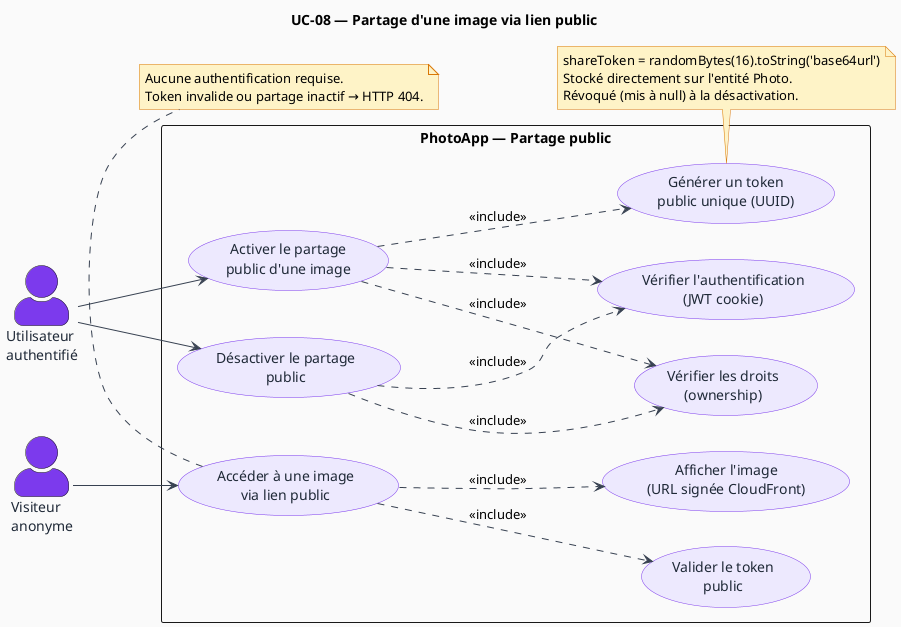
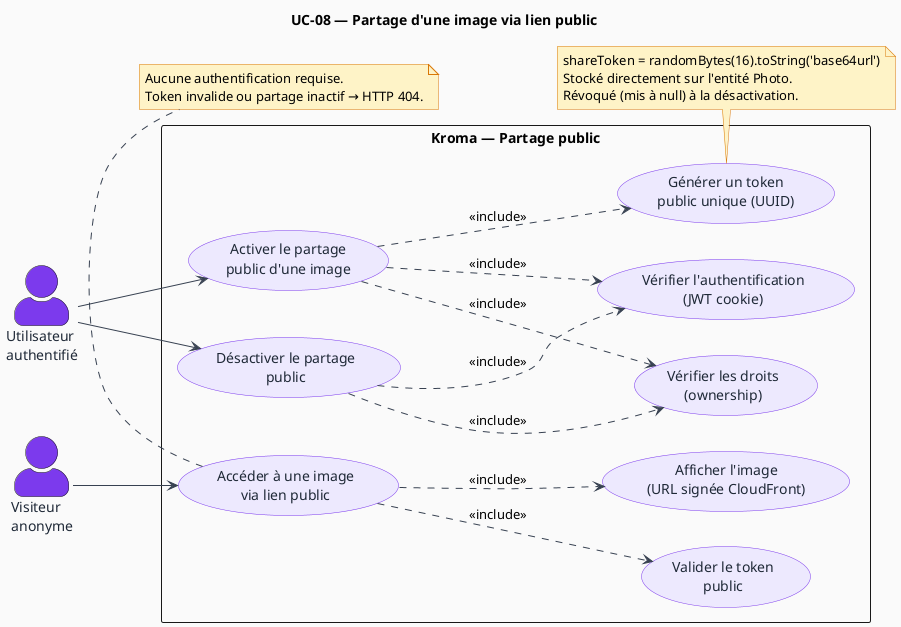
@startuml UC-08 — Partage d'une image via lien public

title UC-08 — Partage d'une image via lien public

left to right direction

skinparam actorStyle awesome
skinparam backgroundColor #FAFAFA
skinparam usecase {
  BackgroundColor #EDE9FE
  BorderColor #7C3AED
  FontColor #1F2937
}
skinparam actor {
  BackgroundColor #7C3AED
  FontColor #1F2937
}
skinparam arrow {
  Color #374151
}
skinparam note {
  BackgroundColor #FEF3C7
  BorderColor #D97706
}

actor "Utilisateur\nauthentifié" as User
actor "Visiteur\nanonyme" as Visitor

- rectangle "PhotoApp — Partage public" {
+ rectangle "Kroma — Partage public" {

  usecase "Activer le partage\npublic d'une image" as UC_Share
  usecase "Désactiver le partage\npublic" as UC_Unshare
  usecase "Accéder à une image\nvia lien public" as UC_Access

  usecase "Vérifier l'authentification\n(JWT cookie)" as UC_Auth
  usecase "Vérifier les droits\n(ownership)" as UC_CheckOwner
  usecase "Générer un token\npublic unique (UUID)" as UC_GenerateToken
  usecase "Valider le token\npublic" as UC_ValidateToken
  usecase "Afficher l'image\n(URL signée CloudFront)" as UC_ShowImage

}

User    --> UC_Share
User    --> UC_Unshare
Visitor --> UC_Access

UC_Share   ..> UC_Auth          : <<include>>
UC_Share   ..> UC_CheckOwner    : <<include>>
UC_Share   ..> UC_GenerateToken : <<include>>

UC_Unshare ..> UC_Auth          : <<include>>
UC_Unshare ..> UC_CheckOwner    : <<include>>

UC_Access  ..> UC_ValidateToken : <<include>>
UC_Access  ..> UC_ShowImage     : <<include>>

note bottom of UC_GenerateToken
  shareToken = randomBytes(16).toString('base64url')
  Stocké directement sur l'entité Photo.
  Révoqué (mis à null) à la désactivation.
end note

note bottom of UC_Access
  Aucune authentification requise.
  Token invalide ou partage inactif → HTTP 404.
end note

@enduml
